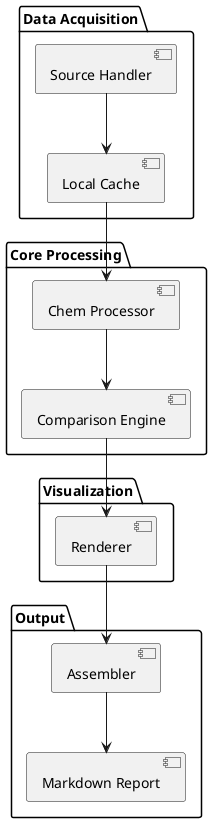
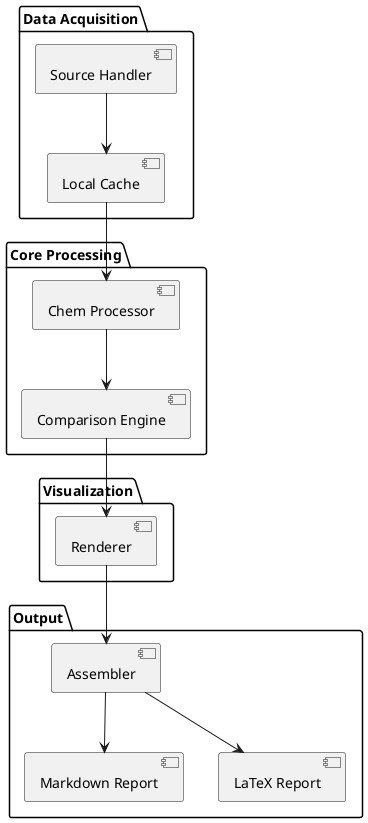
@startuml TOP_ARCHITECTURE
!define RECTANGLE class

package "Data Acquisition" {
    [Source Handler]
    [Local Cache]
}

package "Core Processing" {
    [Chem Processor]
    [Comparison Engine]
}

package "Visualization" {
    [Renderer]
}

package "Output" {
    [Assembler]
    [Markdown Report]
+     [LaTeX Report]
}

[Source Handler] --> [Local Cache]
[Local Cache] --> [Chem Processor]
[Chem Processor] --> [Comparison Engine]
[Comparison Engine] --> [Renderer]
[Renderer] --> [Assembler]
[Assembler] --> [Markdown Report]
+ [Assembler] --> [LaTeX Report]

@enduml
